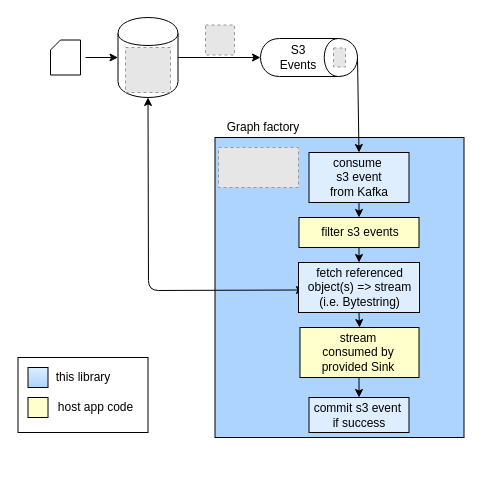
Earlier version of the draw.io diagram doc/s3 stream factory.drawio (francescoditrani/s3-stream-factory). Source tidied: cells renumbered, new cells numbered last; positions are measured from the earlier drawing's top-left corner, leaving out a move shared by most shapes. Both pictures are drawn from the tidied source at 100%, with x=0, y=0 at pixel (17, 9). Pictures stored in the file or linked from it are replaced by grey dashed boxes.
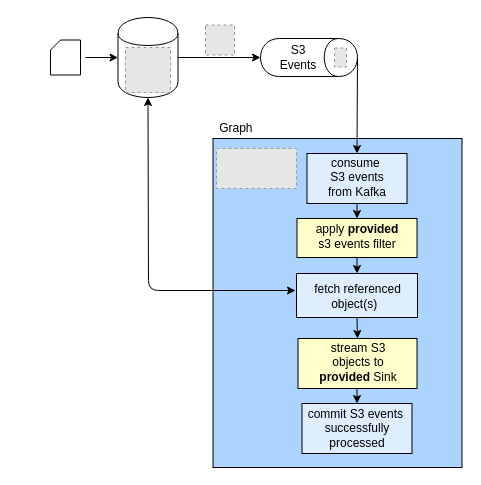
The same page after the edit.

The change refers to these unchanged cells:
```xml
<mxCell id="5" style="shape=cylinder;whiteSpace=wrap;html=1;boundedLbl=1;backgroundOutline=1;" parent="1" vertex="1">
  <mxGeometry x="100.5" y="8" width="60" height="80" as="geometry" />
</mxCell>
```

Diff of the diagram source:
```diff
@@
-    <mxCell id="2" style="rounded=0;whiteSpace=wrap;html=1;" parent="1" vertex="1">
-      <mxGeometry x="0.5" y="348" width="130" height="75" as="geometry" />
-    </mxCell>
     <mxCell id="3" style="rounded=0;whiteSpace=wrap;html=1;fillColor=#ADD3FF;strokeColor=#000000;" parent="1" vertex="1">
-      <mxGeometry x="197.5" y="128" width="249" height="300" as="geometry" />
+      <mxGeometry x="195.5" y="129" width="249" height="329" as="geometry" />
     </mxCell>
     <mxCell id="4" style="rounded=0;whiteSpace=wrap;html=1;fillColor=#DEEEFF;strokeColor=#000000;" parent="1" vertex="1">
-      <mxGeometry x="291.5" y="143" width="100" height="50" as="geometry" />
+      <mxGeometry x="289.5" y="144" width="100" height="50" as="geometry" />
     </mxCell>
@@
-    <mxCell id="14" style="endArrow=classic;startArrow=classic;html=1;entryX=0.5;entryY=1;entryDx=0;entryDy=0;exitX=0;exitY=0.75;exitDx=0;exitDy=0;" parent="1" edge="1" source="18" target="5">
+    <mxCell id="14" style="endArrow=classic;startArrow=classic;html=1;entryX=0.5;entryY=1;entryDx=0;entryDy=0;" parent="1" edge="1" target="5">
       <mxGeometry relative="1" as="geometry">
+        <mxPoint x="278" y="281" as="sourcePoint" />
         <Array as="points">
           <mxPoint x="131" y="281" />
         </Array>
       </mxGeometry>
     </mxCell>
     <mxCell id="15" style="fillColor=#E6E6E6;strokeColor=#999999;dashed=1;verticalLabelPosition=bottom;labelBackgroundColor=#ffffff;verticalAlign=top;" parent="1" vertex="1">
-      <mxGeometry x="201" y="138" width="80" height="40" as="geometry" />
+      <mxGeometry x="199" y="139" width="80" height="40" as="geometry" />
     </mxCell>
-    <mxCell id="16" value="consume&amp;nbsp; s3 event from Kafka" style="text;html=1;strokeColor=none;fillColor=none;align=center;verticalAlign=middle;whiteSpace=wrap;rounded=0;" parent="1" vertex="1">
-      <mxGeometry x="306.5" y="148" width="70" height="40" as="geometry" />
+    <mxCell id="16" value="consume&amp;nbsp; S3 events from Kafka" style="text;html=1;strokeColor=none;fillColor=none;align=center;verticalAlign=middle;whiteSpace=wrap;rounded=0;" parent="1" vertex="1">
+      <mxGeometry x="304.5" y="148" width="70" height="40" as="geometry" />
     </mxCell>
     <mxCell id="17" style="rounded=0;whiteSpace=wrap;html=1;fillColor=#DEEEFF;strokeColor=#000000;" parent="1" vertex="1">
-      <mxGeometry x="281" y="253" width="121" height="50" as="geometry" />
+      <mxGeometry x="279" y="264" width="121" height="44" as="geometry" />
     </mxCell>
-    <mxCell id="18" value="fetch referenced object(s) =&amp;gt; stream (i.e. Bytestring)" style="text;html=1;strokeColor=none;fillColor=none;align=center;verticalAlign=middle;whiteSpace=wrap;rounded=0;" parent="1" vertex="1">
-      <mxGeometry x="287" y="273" width="111" height="10" as="geometry" />
+    <mxCell id="18" value="fetch referenced object(s)&amp;nbsp;&amp;nbsp;" style="text;html=1;strokeColor=none;fillColor=none;align=center;verticalAlign=middle;whiteSpace=wrap;rounded=0;" parent="1" vertex="1">
+      <mxGeometry x="285" y="282" width="111" height="10" as="geometry" />
     </mxCell>
@@
     <mxCell id="21" style="rounded=0;whiteSpace=wrap;html=1;fillColor=#FFFFCC;" parent="1" vertex="1">
-      <mxGeometry x="282.5" y="318" width="119" height="50" as="geometry" />
+      <mxGeometry x="280.5" y="329" width="119" height="50" as="geometry" />
     </mxCell>
-    <mxCell id="22" value="stream consumed by provided Sink" style="text;html=1;strokeColor=none;fillColor=none;align=center;verticalAlign=middle;whiteSpace=wrap;rounded=0;" parent="1" vertex="1">
-      <mxGeometry x="301" y="333" width="80" height="20" as="geometry" />
+    <mxCell id="22" value="stream S3 objects to &lt;b&gt;provided&lt;/b&gt; Sink" style="text;html=1;strokeColor=none;fillColor=none;align=center;verticalAlign=middle;whiteSpace=wrap;rounded=0;" parent="1" vertex="1">
+      <mxGeometry x="296" y="328" width="90" height="50" as="geometry" />
     </mxCell>
-    <mxCell id="23" style="whiteSpace=wrap;html=1;fillColor=#DEEEFF;gradientColor=#ADD3FF;" parent="1" vertex="1">
-      <mxGeometry x="10.5" y="358" width="20" height="20" as="geometry" />
-    </mxCell>
-    <mxCell id="24" value="this library" style="text;html=1;strokeColor=none;fillColor=none;align=center;verticalAlign=middle;whiteSpace=wrap;rounded=0;" parent="1" vertex="1">
-      <mxGeometry x="35.5" y="358" width="60" height="20" as="geometry" />
-    </mxCell>
-    <mxCell id="25" value="Graph factory" style="text;html=1;strokeColor=none;fillColor=none;align=center;verticalAlign=middle;whiteSpace=wrap;rounded=0;" parent="1" vertex="1">
-      <mxGeometry x="201" y="108" width="90" height="20" as="geometry" />
+    <mxCell id="25" value="Graph&amp;nbsp;" style="text;html=1;strokeColor=none;fillColor=none;align=center;verticalAlign=middle;whiteSpace=wrap;rounded=0;" parent="1" vertex="1">
+      <mxGeometry x="196" y="109" width="49" height="20" as="geometry" />
     </mxCell>
-    <mxCell id="26" style="whiteSpace=wrap;html=1;fillColor=#FFFFCC;gradientColor=none;" parent="1" vertex="1">
-      <mxGeometry x="10.5" y="388" width="20" height="20" as="geometry" />
-    </mxCell>
-    <mxCell id="27" value="host app code" style="text;html=1;strokeColor=none;fillColor=none;align=center;verticalAlign=middle;whiteSpace=wrap;rounded=0;" parent="1" vertex="1">
-      <mxGeometry x="35.5" y="388" width="85" height="20" as="geometry" />
-    </mxCell>
     <mxCell id="28" style="rounded=0;whiteSpace=wrap;html=1;fillColor=#FFFFCC;strokeColor=#000000;" parent="1" vertex="1">
-      <mxGeometry x="281.5" y="208" width="120" height="30" as="geometry" />
+      <mxGeometry x="279.5" y="209" width="120" height="39" as="geometry" />
     </mxCell>
-    <mxCell id="29" value="filter s3 events" style="text;html=1;strokeColor=none;fillColor=none;align=center;verticalAlign=middle;whiteSpace=wrap;rounded=0;" parent="1" vertex="1">
-      <mxGeometry x="297.5" y="213" width="90" height="20" as="geometry" />
+    <mxCell id="29" value="apply &lt;b&gt;provided&lt;/b&gt; s3 events filter" style="text;html=1;strokeColor=none;fillColor=none;align=center;verticalAlign=middle;whiteSpace=wrap;rounded=0;" parent="1" vertex="1">
+      <mxGeometry x="294.5" y="217" width="90" height="20" as="geometry" />
     </mxCell>
@@
     <mxCell id="31" style="fillColor=#E6E6E6;strokeColor=#999999;dashed=1;verticalLabelPosition=bottom;labelBackgroundColor=#ffffff;verticalAlign=top;" parent="1" vertex="1">
-      <mxGeometry x="316" y="38.5" width="12" height="19" as="geometry" />
+      <mxGeometry x="317" y="38.5" width="12" height="19" as="geometry" />
     </mxCell>
-    <mxCell id="32" value="commit s3 event&amp;nbsp;&lt;br&gt;if success" style="rounded=0;whiteSpace=wrap;html=1;fillColor=#DEEEFF;strokeColor=#000000;" parent="1" vertex="1">
-      <mxGeometry x="291.5" y="388" width="100" height="35" as="geometry" />
+    <mxCell id="32" value="commit S3 events&amp;nbsp;&lt;br&gt;successfully processed" style="rounded=0;whiteSpace=wrap;html=1;fillColor=#DEEEFF;strokeColor=#000000;" parent="1" vertex="1">
+      <mxGeometry x="284.5" y="394" width="110" height="50" as="geometry" />
     </mxCell>
     <mxCell id="33" style="endArrow=classic;html=1;entryX=0.5;entryY=0;entryDx=0;entryDy=0;" parent="1" edge="1" target="32">
       <mxGeometry relative="1" as="geometry">
-        <mxPoint x="341.5" y="368" as="sourcePoint" />
+        <mxPoint x="339.5" y="379" as="sourcePoint" />
       </mxGeometry>
     </mxCell>
```
